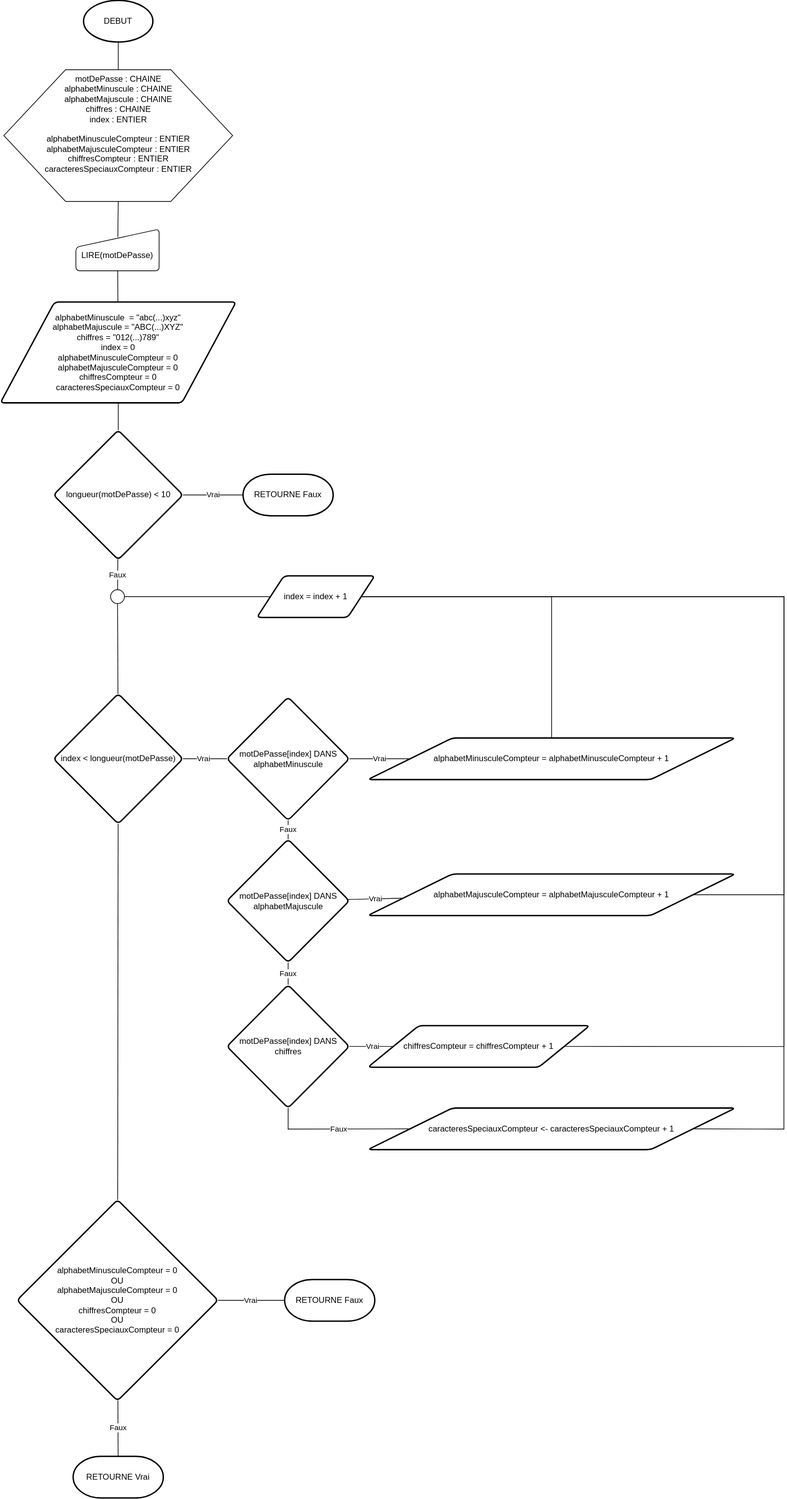
Above: 0869/user_project/diagrams/check_password.drawio.svg in katseyres/esa (draw.io), before the change. Source tidied: cells renumbered, new cells last; positions are measured from the earlier drawing's top-left corner, leaving out a move shared by most shapes.
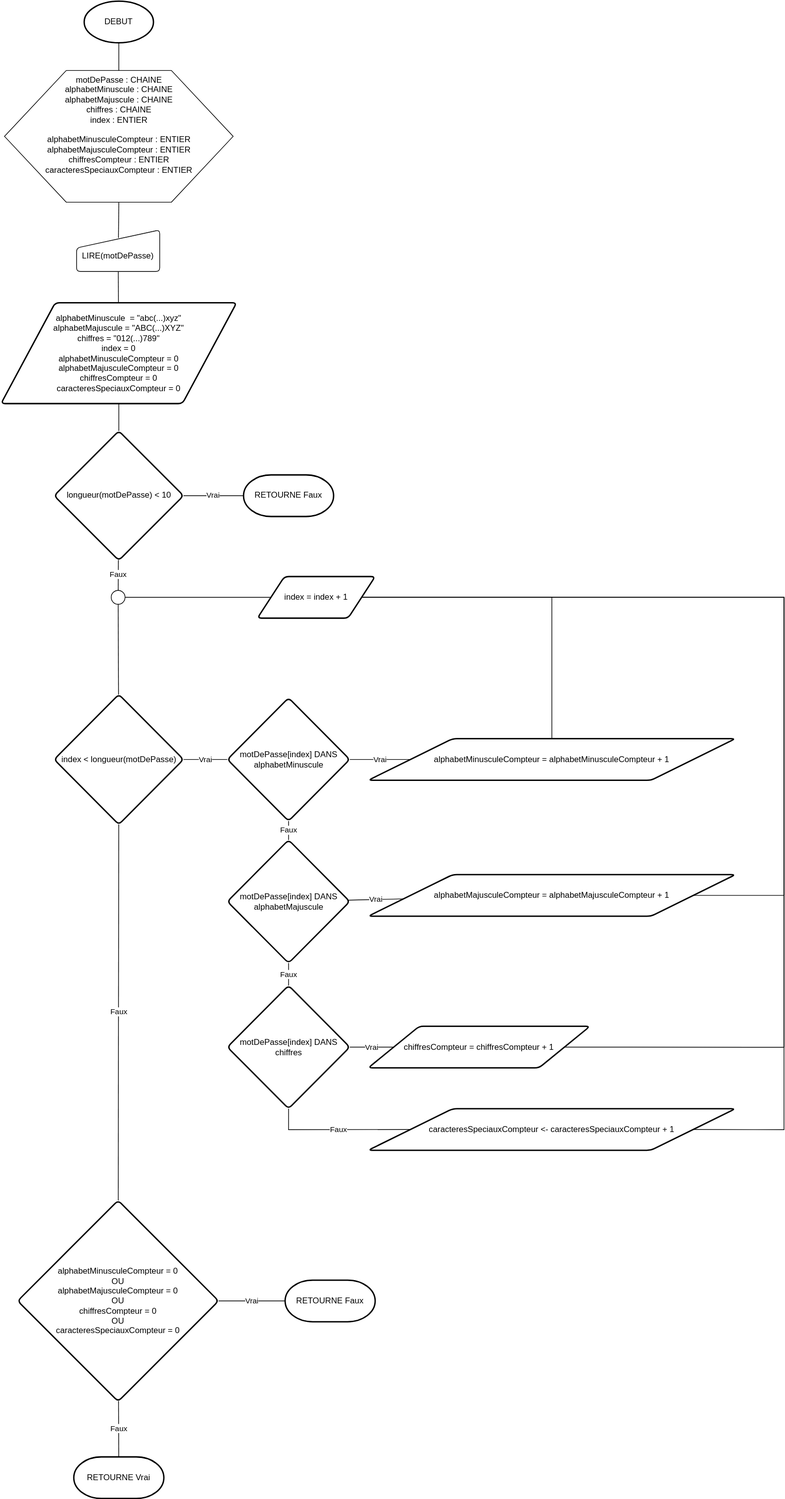
After the change.

Commit message:
Add check post code diagram.

Diff of the diagram source:
```diff
@@ -47,7 +47,7 @@
     <mxCell id="16" value="Vrai" style="edgeStyle=none;rounded=0;html=1;endArrow=none;endFill=0;" parent="1" edge="1" source="18" target="21">
       <mxGeometry relative="1" as="geometry" />
     </mxCell>
-    <mxCell id="17" style="edgeStyle=none;rounded=0;html=1;endArrow=none;endFill=0;" parent="1" edge="1" source="18" target="40">
+    <mxCell id="17" value="Faux" style="edgeStyle=none;rounded=0;html=1;endArrow=none;endFill=0;" parent="1" edge="1" source="18" target="40">
       <mxGeometry relative="1" as="geometry" />
     </mxCell>
     <mxCell id="18" value="index &amp;lt; longueur(motDePasse)" style="rhombus;whiteSpace=wrap;html=1;strokeWidth=2;rounded=1;arcSize=12;" parent="1" vertex="1">
```
